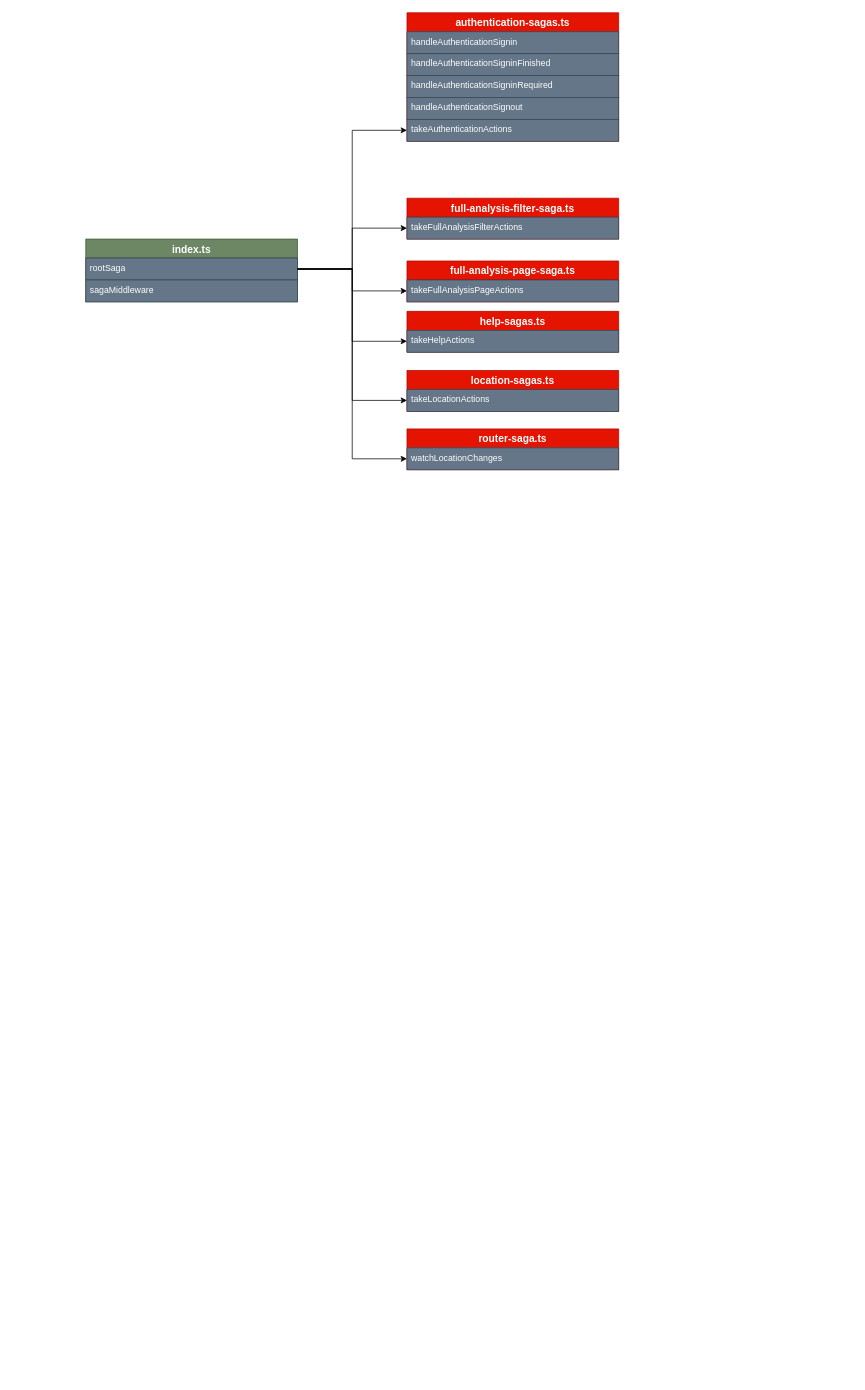
This is extend_maplabo.drawio from prangk/cat, a draw.io file, before an edit. Source tidied: cells renumbered, new cells numbered last; positions are measured from the earlier drawing's top-left corner, leaving out a move shared by most shapes. Both pictures are drawn from the tidied source at 73%, with x=0, y=0 at pixel (85, 12).
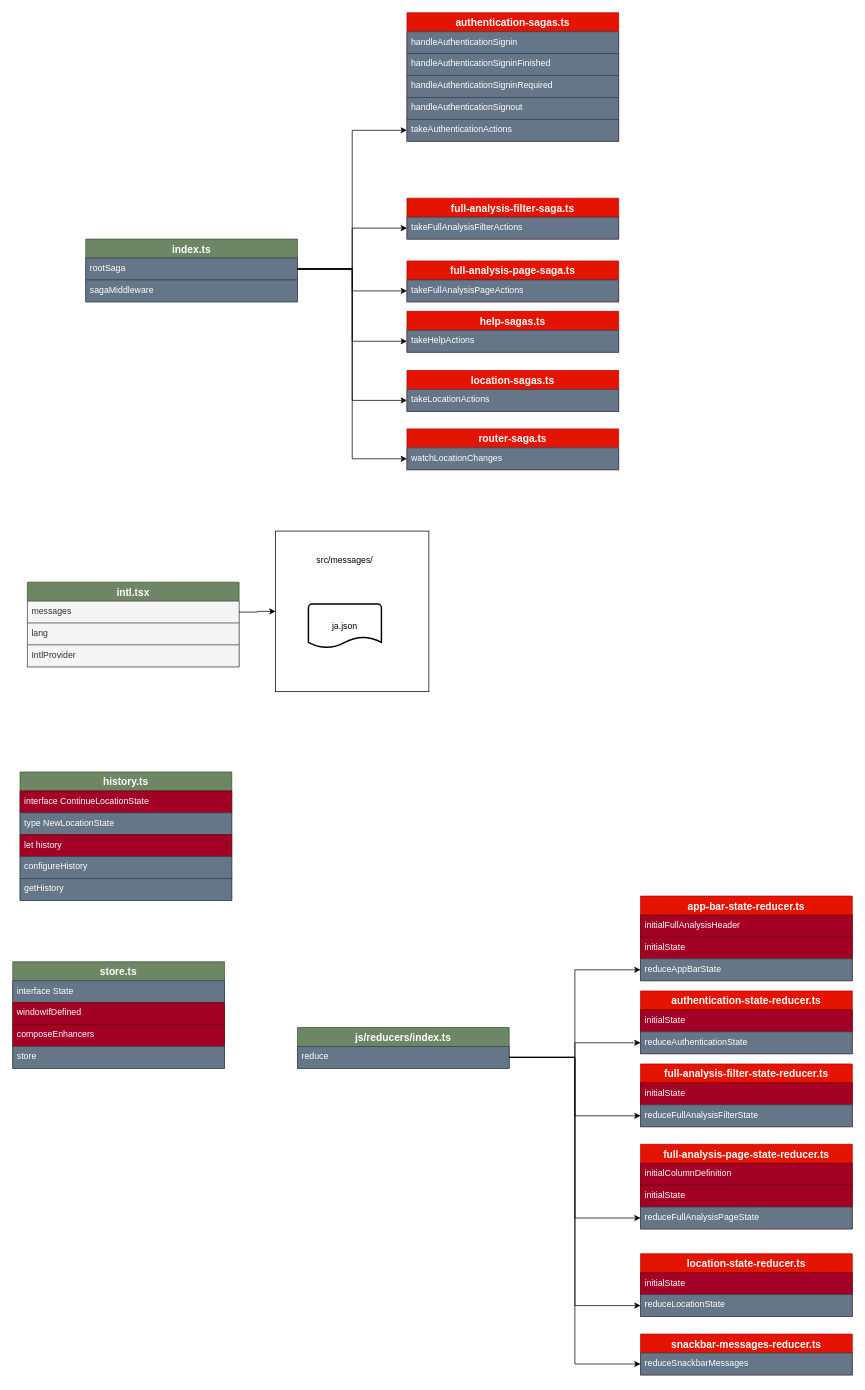
The same diagram, later.

Diff of the diagram source:
```diff
@@
+    <mxCell id="27" value="intl.tsx" style="swimlane;fontStyle=1;horizontal=1;startSize=26;align=center;fontSize=14;fillColor=#6d8764;strokeColor=#3A5431;fontColor=#ffffff;" parent="1" vertex="1">
+      <mxGeometry x="-80" y="780" width="290" height="116" as="geometry" />
+    </mxCell>
+    <mxCell id="28" value="messages" style="text;strokeColor=#666666;fillColor=#f5f5f5;spacingLeft=4;spacingRight=4;overflow=hidden;points=[[0,0.5],[1,0.5]];portConstraint=eastwest;fontSize=12;fontColor=#333333;" parent="27" vertex="1">
+      <mxGeometry y="26" width="290" height="30" as="geometry" />
+    </mxCell>
+    <mxCell id="29" value="lang" style="text;strokeColor=#666666;fillColor=#f5f5f5;spacingLeft=4;spacingRight=4;overflow=hidden;fontSize=12;fontColor=#333333;" parent="27" vertex="1">
+      <mxGeometry y="56" width="290" height="30" as="geometry" />
+    </mxCell>
+    <mxCell id="30" value="IntlProvider" style="text;strokeColor=#666666;fillColor=#f5f5f5;spacingLeft=4;spacingRight=4;overflow=hidden;fontSize=12;fontColor=#333333;" parent="27" vertex="1">
+      <mxGeometry y="86" width="290" height="30" as="geometry" />
+    </mxCell>
+    <mxCell id="31" style="group;" parent="1" vertex="1">
+      <mxGeometry x="260" y="710" width="210" height="220" as="geometry" />
+    </mxCell>
+    <mxCell id="32" style="rounded=0;whiteSpace=wrap;html=1;align=left;" parent="31" vertex="1">
+      <mxGeometry width="210" height="220" as="geometry" />
+    </mxCell>
+    <mxCell id="33" value="ja.json" style="strokeWidth=2;html=1;shape=mxgraph.flowchart.document2;whiteSpace=wrap;size=0.25;" parent="31" vertex="1">
+      <mxGeometry x="45" y="100" width="100" height="60" as="geometry" />
+    </mxCell>
+    <mxCell id="34" value="src/messages/" style="text;html=1;strokeColor=none;fillColor=none;align=center;verticalAlign=middle;whiteSpace=wrap;rounded=0;" parent="31" vertex="1">
+      <mxGeometry x="75" y="30" width="40" height="20" as="geometry" />
+    </mxCell>
+    <mxCell id="35" style="edgeStyle=orthogonalEdgeStyle;rounded=0;jettySize=auto;html=1;" parent="1" edge="1" source="28" target="32">
+      <mxGeometry relative="1" as="geometry" />
+    </mxCell>
+    <mxCell id="36" value="history.ts" style="swimlane;fontStyle=1;horizontal=1;startSize=26;align=center;fontSize=14;fillColor=#6d8764;strokeColor=#3A5431;fontColor=#ffffff;" parent="1" vertex="1">
+      <mxGeometry x="-90" y="1040" width="290" height="176" as="geometry" />
+    </mxCell>
+    <mxCell id="37" value="interface ContinueLocationState" style="text;strokeColor=#6F0000;spacingLeft=4;spacingRight=4;overflow=hidden;fontSize=12;fontColor=#ffffff;fillColor=#a20025;" parent="36" vertex="1">
+      <mxGeometry y="26" width="290" height="30" as="geometry" />
+    </mxCell>
+    <mxCell id="38" value="type NewLocationState" style="text;strokeColor=#314354;fillColor=#647687;spacingLeft=4;spacingRight=4;overflow=hidden;fontSize=12;fontColor=#ffffff;" parent="36" vertex="1">
+      <mxGeometry y="56" width="290" height="30" as="geometry" />
+    </mxCell>
+    <mxCell id="39" value="let history" style="text;strokeColor=#6F0000;fillColor=#a20025;spacingLeft=4;spacingRight=4;overflow=hidden;fontSize=12;fontColor=#ffffff;" parent="36" vertex="1">
+      <mxGeometry y="86" width="290" height="30" as="geometry" />
+    </mxCell>
+    <mxCell id="40" value="configureHistory" style="text;strokeColor=#314354;fillColor=#647687;spacingLeft=4;spacingRight=4;overflow=hidden;fontSize=12;fontColor=#ffffff;" parent="36" vertex="1">
+      <mxGeometry y="116" width="290" height="30" as="geometry" />
+    </mxCell>
+    <mxCell id="41" value="getHistory" style="text;strokeColor=#314354;fillColor=#647687;spacingLeft=4;spacingRight=4;overflow=hidden;fontSize=12;fontColor=#ffffff;" parent="36" vertex="1">
+      <mxGeometry y="146" width="290" height="30" as="geometry" />
+    </mxCell>
+    <mxCell id="42" value="store.ts" style="swimlane;fontStyle=1;horizontal=1;startSize=26;align=center;fontSize=14;fillColor=#6d8764;strokeColor=#3A5431;fontColor=#ffffff;" parent="1" vertex="1">
+      <mxGeometry x="-100" y="1300" width="290" height="146" as="geometry" />
+    </mxCell>
+    <mxCell id="43" value="interface State&#10;" style="text;strokeColor=#314354;fillColor=#647687;spacingLeft=4;spacingRight=4;overflow=hidden;fontSize=12;fontColor=#ffffff;" parent="42" vertex="1">
+      <mxGeometry y="26" width="290" height="30" as="geometry" />
+    </mxCell>
+    <mxCell id="44" value="windowIfDefined" style="text;strokeColor=#6F0000;fillColor=#a20025;spacingLeft=4;spacingRight=4;overflow=hidden;fontSize=12;fontColor=#ffffff;" parent="42" vertex="1">
+      <mxGeometry y="56" width="290" height="30" as="geometry" />
+    </mxCell>
+    <mxCell id="45" value="composeEnhancers" style="text;strokeColor=#6F0000;fillColor=#a20025;spacingLeft=4;spacingRight=4;overflow=hidden;fontSize=12;fontColor=#ffffff;" parent="42" vertex="1">
+      <mxGeometry y="86" width="290" height="30" as="geometry" />
+    </mxCell>
+    <mxCell id="46" value="store" style="text;strokeColor=#314354;fillColor=#647687;spacingLeft=4;spacingRight=4;overflow=hidden;fontSize=12;fontColor=#ffffff;" parent="42" vertex="1">
+      <mxGeometry y="116" width="290" height="30" as="geometry" />
+    </mxCell>
+    <mxCell id="47" value="js/reducers/index.ts" style="swimlane;fontStyle=1;horizontal=1;startSize=26;align=center;fontSize=14;fillColor=#6d8764;strokeColor=#3A5431;fontColor=#ffffff;" parent="1" vertex="1">
+      <mxGeometry x="290" y="1390" width="290" height="56" as="geometry" />
+    </mxCell>
+    <mxCell id="48" value="reduce" style="text;strokeColor=#314354;fillColor=#647687;spacingLeft=4;spacingRight=4;overflow=hidden;points=[[0,0.5],[1,0.5]];portConstraint=eastwest;fontSize=12;fontColor=#ffffff;" parent="47" vertex="1">
+      <mxGeometry y="26" width="290" height="30" as="geometry" />
+    </mxCell>
+    <mxCell id="49" value="app-bar-state-reducer.ts" style="swimlane;fontStyle=1;horizontal=1;startSize=26;align=center;fontSize=14;fillColor=#e51400;strokeColor=#B20000;fontColor=#ffffff;" parent="1" vertex="1">
+      <mxGeometry x="760" y="1210" width="290" height="116" as="geometry" />
+    </mxCell>
+    <mxCell id="50" value="initialFullAnalysisHeader" style="text;strokeColor=#6F0000;fillColor=#a20025;spacingLeft=4;spacingRight=4;overflow=hidden;fontSize=12;fontColor=#ffffff;" parent="49" vertex="1">
+      <mxGeometry y="26" width="290" height="30" as="geometry" />
+    </mxCell>
+    <mxCell id="51" value="initialState" style="text;strokeColor=#6F0000;fillColor=#a20025;spacingLeft=4;spacingRight=4;overflow=hidden;fontSize=12;fontColor=#ffffff;" parent="49" vertex="1">
+      <mxGeometry y="56" width="290" height="30" as="geometry" />
+    </mxCell>
+    <mxCell id="52" value="reduceAppBarState" style="text;strokeColor=#314354;fillColor=#647687;spacingLeft=4;spacingRight=4;overflow=hidden;points=[[0,0.5],[1,0.5]];portConstraint=eastwest;fontSize=12;fontColor=#ffffff;" parent="49" vertex="1">
+      <mxGeometry y="86" width="290" height="30" as="geometry" />
+    </mxCell>
+    <mxCell id="53" value="authentication-state-reducer.ts" style="swimlane;fontStyle=1;horizontal=1;startSize=26;align=center;fontSize=14;fillColor=#e51400;strokeColor=#B20000;fontColor=#ffffff;" parent="1" vertex="1">
+      <mxGeometry x="760" y="1340" width="290" height="86" as="geometry" />
+    </mxCell>
+    <mxCell id="54" value="initialState" style="text;strokeColor=#6F0000;fillColor=#a20025;spacingLeft=4;spacingRight=4;overflow=hidden;fontSize=12;fontColor=#ffffff;" parent="53" vertex="1">
+      <mxGeometry y="26" width="290" height="30" as="geometry" />
+    </mxCell>
+    <mxCell id="55" value="reduceAuthenticationState" style="text;strokeColor=#314354;fillColor=#647687;spacingLeft=4;spacingRight=4;overflow=hidden;points=[[0,0.5],[1,0.5]];portConstraint=eastwest;fontSize=12;fontColor=#ffffff;" parent="53" vertex="1">
+      <mxGeometry y="56" width="290" height="30" as="geometry" />
+    </mxCell>
+    <mxCell id="56" value="full-analysis-filter-state-reducer.ts" style="swimlane;fontStyle=1;horizontal=1;startSize=26;align=center;fontSize=14;fillColor=#e51400;strokeColor=#B20000;fontColor=#ffffff;" parent="1" vertex="1">
+      <mxGeometry x="760" y="1440" width="290" height="86" as="geometry" />
+    </mxCell>
+    <mxCell id="57" value="initialState" style="text;strokeColor=#6F0000;fillColor=#a20025;spacingLeft=4;spacingRight=4;overflow=hidden;fontSize=12;fontColor=#ffffff;" parent="56" vertex="1">
+      <mxGeometry y="26" width="290" height="30" as="geometry" />
+    </mxCell>
+    <mxCell id="58" value="reduceFullAnalysisFilterState" style="text;strokeColor=#314354;fillColor=#647687;spacingLeft=4;spacingRight=4;overflow=hidden;points=[[0,0.5],[1,0.5]];portConstraint=eastwest;fontSize=12;fontColor=#ffffff;" parent="56" vertex="1">
+      <mxGeometry y="56" width="290" height="30" as="geometry" />
+    </mxCell>
+    <mxCell id="59" value="full-analysis-page-state-reducer.ts" style="swimlane;fontStyle=1;horizontal=1;startSize=26;align=center;fontSize=14;fillColor=#e51400;strokeColor=#B20000;fontColor=#ffffff;" parent="1" vertex="1">
+      <mxGeometry x="760" y="1550" width="290" height="116" as="geometry" />
+    </mxCell>
+    <mxCell id="60" value="initialColumnDefinition" style="text;strokeColor=#6F0000;fillColor=#a20025;spacingLeft=4;spacingRight=4;overflow=hidden;fontSize=12;fontColor=#ffffff;" parent="59" vertex="1">
+      <mxGeometry y="26" width="290" height="30" as="geometry" />
+    </mxCell>
+    <mxCell id="61" value="initialState" style="text;strokeColor=#6F0000;fillColor=#a20025;spacingLeft=4;spacingRight=4;overflow=hidden;fontSize=12;fontColor=#ffffff;" parent="59" vertex="1">
+      <mxGeometry y="56" width="290" height="30" as="geometry" />
+    </mxCell>
+    <mxCell id="62" value="reduceFullAnalysisPageState" style="text;strokeColor=#314354;fillColor=#647687;spacingLeft=4;spacingRight=4;overflow=hidden;points=[[0,0.5],[1,0.5]];portConstraint=eastwest;fontSize=12;fontColor=#ffffff;" parent="59" vertex="1">
+      <mxGeometry y="86" width="290" height="30" as="geometry" />
+    </mxCell>
+    <mxCell id="63" value="location-state-reducer.ts" style="swimlane;fontStyle=1;horizontal=1;startSize=26;align=center;fontSize=14;fillColor=#e51400;strokeColor=#B20000;fontColor=#ffffff;" parent="1" vertex="1">
+      <mxGeometry x="760" y="1700" width="290" height="86" as="geometry" />
+    </mxCell>
+    <mxCell id="64" value="initialState" style="text;strokeColor=#6F0000;fillColor=#a20025;spacingLeft=4;spacingRight=4;overflow=hidden;fontSize=12;fontColor=#ffffff;" parent="63" vertex="1">
+      <mxGeometry y="26" width="290" height="30" as="geometry" />
+    </mxCell>
+    <mxCell id="65" value="reduceLocationState" style="text;strokeColor=#314354;fillColor=#647687;spacingLeft=4;spacingRight=4;overflow=hidden;points=[[0,0.5],[1,0.5]];portConstraint=eastwest;fontSize=12;fontColor=#ffffff;" parent="63" vertex="1">
+      <mxGeometry y="56" width="290" height="30" as="geometry" />
+    </mxCell>
+    <mxCell id="66" value="snackbar-messages-reducer.ts" style="swimlane;fontStyle=1;horizontal=1;startSize=26;align=center;fontSize=14;fillColor=#e51400;strokeColor=#B20000;fontColor=#ffffff;" parent="1" vertex="1">
+      <mxGeometry x="760" y="1810" width="290" height="56" as="geometry" />
+    </mxCell>
+    <mxCell id="67" value="reduceSnackbarMessages" style="text;strokeColor=#314354;fillColor=#647687;spacingLeft=4;spacingRight=4;overflow=hidden;points=[[0,0.5],[1,0.5]];portConstraint=eastwest;fontSize=12;fontColor=#ffffff;" parent="66" vertex="1">
+      <mxGeometry y="26" width="290" height="30" as="geometry" />
+    </mxCell>
+    <mxCell id="68" style="edgeStyle=orthogonalEdgeStyle;rounded=0;jettySize=auto;html=1;entryX=0;entryY=0.5;entryDx=0;entryDy=0;" parent="1" edge="1" source="48" target="67">
+      <mxGeometry relative="1" as="geometry" />
+    </mxCell>
+    <mxCell id="69" style="edgeStyle=orthogonalEdgeStyle;rounded=0;jettySize=auto;html=1;" parent="1" edge="1" source="48" target="65">
+      <mxGeometry relative="1" as="geometry" />
+    </mxCell>
+    <mxCell id="70" style="edgeStyle=orthogonalEdgeStyle;rounded=0;jettySize=auto;html=1;entryX=0;entryY=0.5;entryDx=0;entryDy=0;" parent="1" edge="1" source="48" target="62">
+      <mxGeometry relative="1" as="geometry" />
+    </mxCell>
+    <mxCell id="71" style="edgeStyle=orthogonalEdgeStyle;rounded=0;jettySize=auto;html=1;entryX=0;entryY=0.5;entryDx=0;entryDy=0;" parent="1" edge="1" source="48" target="58">
+      <mxGeometry relative="1" as="geometry" />
+    </mxCell>
+    <mxCell id="72" style="edgeStyle=orthogonalEdgeStyle;rounded=0;jettySize=auto;html=1;" parent="1" edge="1" source="48" target="55">
+      <mxGeometry relative="1" as="geometry" />
+    </mxCell>
+    <mxCell id="73" style="edgeStyle=orthogonalEdgeStyle;rounded=0;jettySize=auto;html=1;entryX=0;entryY=0.5;entryDx=0;entryDy=0;" parent="1" edge="1" source="48" target="52">
+      <mxGeometry relative="1" as="geometry" />
+    </mxCell>
```
